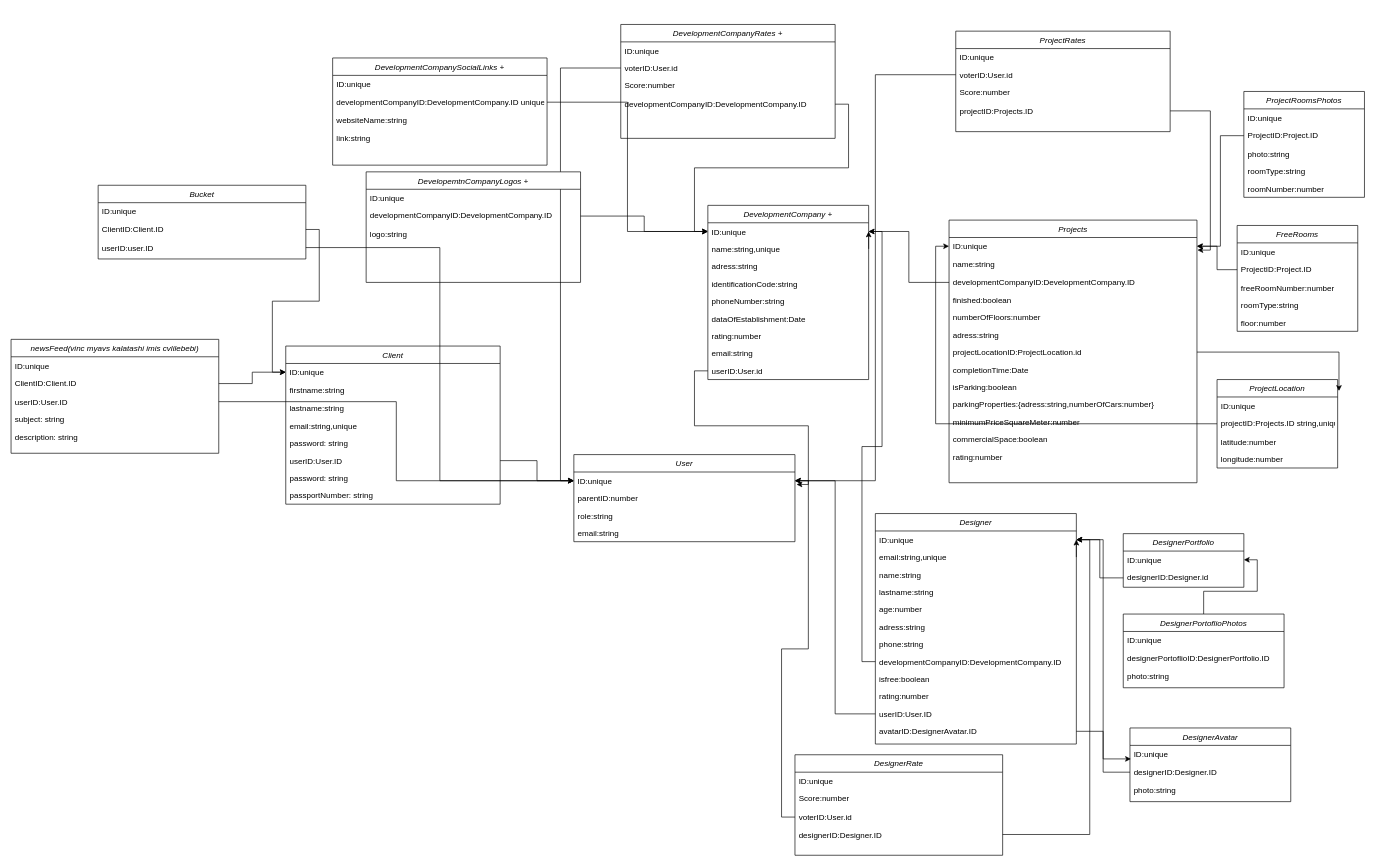
The draw.io diagram page "Page-1" (1 of 2) of development-project-plans/DatabaseModels.drawio in JangveladzeDima/development-project, before the edit. Source tidied: cells renumbered, new cells numbered last; positions are measured from the earlier drawing's top-left corner, leaving out a move shared by most shapes. Both pictures are drawn from the tidied source at 67%, with x=0, y=0 at pixel (11, 24).
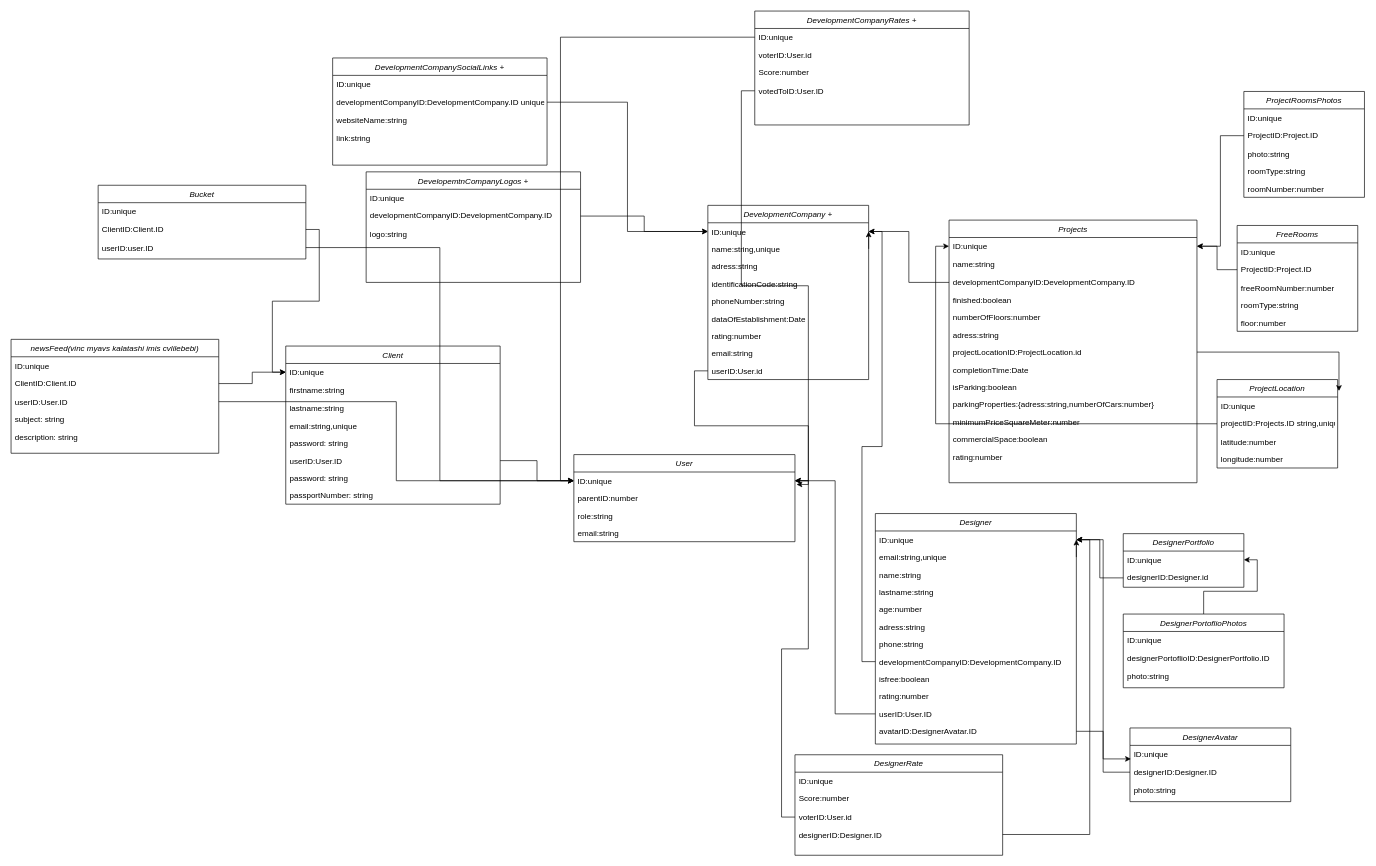
Above is the later version.

Unchanged cells that the change refers to:
```xml
<mxCell id="3" value="ID:unique" style="text;align=left;verticalAlign=top;spacingLeft=4;spacingRight=4;overflow=hidden;points=[[0,0.5],[1,0.5]];portConstraint=eastwest;rounded=0;shadow=0;html=0;" parent="2" vertex="1">
  <mxGeometry y="26" width="240" height="26" as="geometry" />
</mxCell>
<mxCell id="20" value="ID:unique" style="text;align=left;verticalAlign=top;spacingLeft=4;spacingRight=4;overflow=hidden;points=[[0,0.5],[1,0.5]];portConstraint=eastwest;rounded=0;shadow=0;html=0;" parent="19" vertex="1">
  <mxGeometry y="26" width="370" height="26" as="geometry" />
</mxCell>
<mxCell id="41" value="ID:unique" style="text;align=left;verticalAlign=top;spacingLeft=4;spacingRight=4;overflow=hidden;points=[[0,0.5],[1,0.5]];portConstraint=eastwest;rounded=0;shadow=0;html=0;" parent="40" vertex="1">
  <mxGeometry y="26" width="320" height="26" as="geometry" />
</mxCell>
<mxCell id="42" value="voterID:User.id" style="text;align=left;verticalAlign=top;spacingLeft=4;spacingRight=4;overflow=hidden;points=[[0,0.5],[1,0.5]];portConstraint=eastwest;" parent="40" vertex="1">
  <mxGeometry y="52" width="320" height="26" as="geometry" />
</mxCell>
<mxCell id="46" value="ID:unique" style="text;align=left;verticalAlign=top;spacingLeft=4;spacingRight=4;overflow=hidden;points=[[0,0.5],[1,0.5]];portConstraint=eastwest;rounded=0;shadow=0;html=0;" parent="45" vertex="1">
  <mxGeometry y="26" width="330" height="26" as="geometry" />
</mxCell>
```

The edit, as a diff of the source:
```diff
@@
     <mxCell id="40" value="DevelopmentCompanyRates +" style="swimlane;fontStyle=2;align=center;verticalAlign=top;horizontal=1;startSize=26;rounded=0;shadow=0;strokeWidth=1;" parent="1" vertex="1">
-      <mxGeometry x="910" width="320" height="170" as="geometry" />
+      <mxGeometry x="1110" y="-20" width="320" height="170" as="geometry" />
     </mxCell>
@@
-    <mxCell id="44" value="developmentCompanyID:DevelopmentCompany.ID" style="text;align=left;verticalAlign=top;spacingLeft=4;spacingRight=4;overflow=hidden;points=[[0,0.5],[1,0.5]];portConstraint=eastwest;" parent="40" vertex="1">
+    <mxCell id="44" value="votedToID:User.ID" style="text;align=left;verticalAlign=top;spacingLeft=4;spacingRight=4;overflow=hidden;points=[[0,0.5],[1,0.5]];portConstraint=eastwest;" parent="40" vertex="1">
       <mxGeometry y="106" width="320" height="26" as="geometry" />
     </mxCell>
@@
-    <mxCell id="50" style="edgeStyle=orthogonalEdgeStyle;rounded=0;jettySize=auto;html=1;entryX=0;entryY=0.5;entryDx=0;entryDy=0;" parent="1" edge="1" source="42" target="46">
-      <mxGeometry relative="1" as="geometry" />
-    </mxCell>
-    <mxCell id="51" style="edgeStyle=orthogonalEdgeStyle;rounded=0;jettySize=auto;html=1;" parent="1" edge="1" source="44" target="3">
-      <mxGeometry relative="1" as="geometry" />
-    </mxCell>
-    <mxCell id="52" value="ProjectRates" style="swimlane;fontStyle=2;align=center;verticalAlign=top;horizontal=1;startSize=26;rounded=0;shadow=0;strokeWidth=1;" parent="1" vertex="1">
-      <mxGeometry x="1410" y="10" width="320" height="150" as="geometry" />
-    </mxCell>
-    <mxCell id="53" value="ID:unique" style="text;align=left;verticalAlign=top;spacingLeft=4;spacingRight=4;overflow=hidden;rounded=0;shadow=0;html=0;" parent="52" vertex="1">
-      <mxGeometry y="26" width="320" height="26" as="geometry" />
-    </mxCell>
-    <mxCell id="54" value="voterID:User.id" style="text;align=left;verticalAlign=top;spacingLeft=4;spacingRight=4;overflow=hidden;points=[[0,0.5],[1,0.5]];portConstraint=eastwest;" parent="52" vertex="1">
-      <mxGeometry y="52" width="320" height="26" as="geometry" />
-    </mxCell>
-    <mxCell id="55" value="Score:number" style="text;align=left;verticalAlign=top;spacingLeft=4;spacingRight=4;overflow=hidden;" parent="52" vertex="1">
-      <mxGeometry y="78" width="320" height="28" as="geometry" />
-    </mxCell>
-    <mxCell id="56" value="projectID:Projects.ID" style="text;align=left;verticalAlign=top;spacingLeft=4;spacingRight=4;overflow=hidden;points=[[0,0.5],[1,0.5]];portConstraint=eastwest;" parent="52" vertex="1">
-      <mxGeometry y="106" width="320" height="26" as="geometry" />
-    </mxCell>
-    <mxCell id="57" style="edgeStyle=orthogonalEdgeStyle;rounded=0;jettySize=auto;html=1;entryX=1;entryY=0.5;entryDx=0;entryDy=0;" parent="1" edge="1" source="54" target="46">
-      <mxGeometry relative="1" as="geometry" />
-    </mxCell>
-    <mxCell id="58" style="edgeStyle=orthogonalEdgeStyle;rounded=0;jettySize=auto;html=1;entryX=1.002;entryY=0.724;entryDx=0;entryDy=0;entryPerimeter=0;" parent="1" edge="1" source="56" target="20">
-      <mxGeometry relative="1" as="geometry" />
-    </mxCell>
@@
+    <mxCell id="142" style="edgeStyle=orthogonalEdgeStyle;rounded=0;jettySize=auto;html=1;entryX=0;entryY=0.5;entryDx=0;entryDy=0;" parent="1" edge="1" source="41" target="46">
+      <mxGeometry relative="1" as="geometry" />
+    </mxCell>
+    <mxCell id="143" style="edgeStyle=orthogonalEdgeStyle;rounded=0;jettySize=auto;html=1;entryX=1;entryY=0.5;entryDx=0;entryDy=0;" parent="1" edge="1" source="44" target="46">
+      <mxGeometry relative="1" as="geometry" />
+    </mxCell>
```
